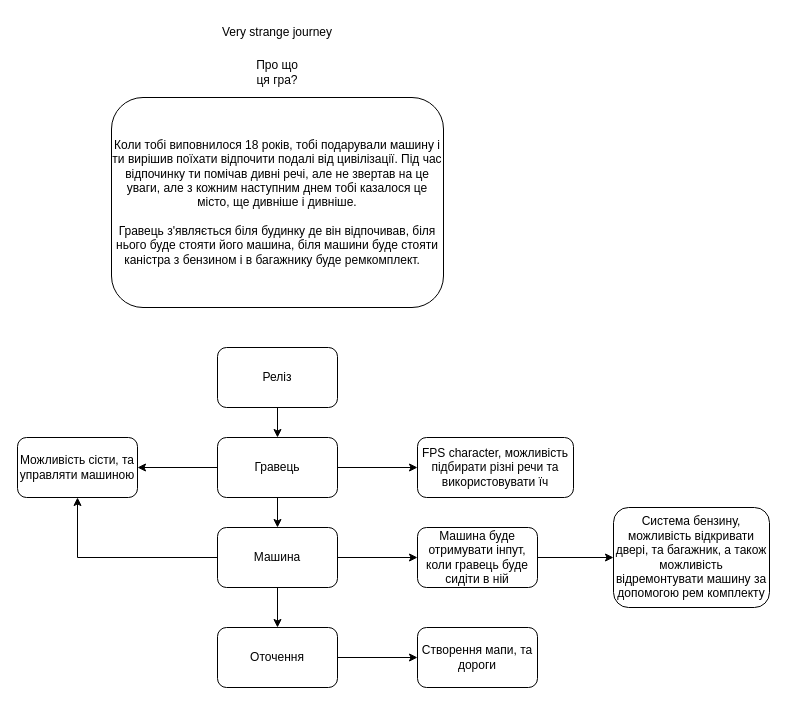
The draw.io diagram Roadmap.drawio in Gamedevenri/Very-strange-journey, before the edit. Source tidied: cells renumbered, new cells numbered last; positions are measured from the earlier drawing's top-left corner, leaving out a move shared by most shapes. Both pictures are drawn from the tidied source at 100%, with x=0, y=0 at pixel (17, 17).
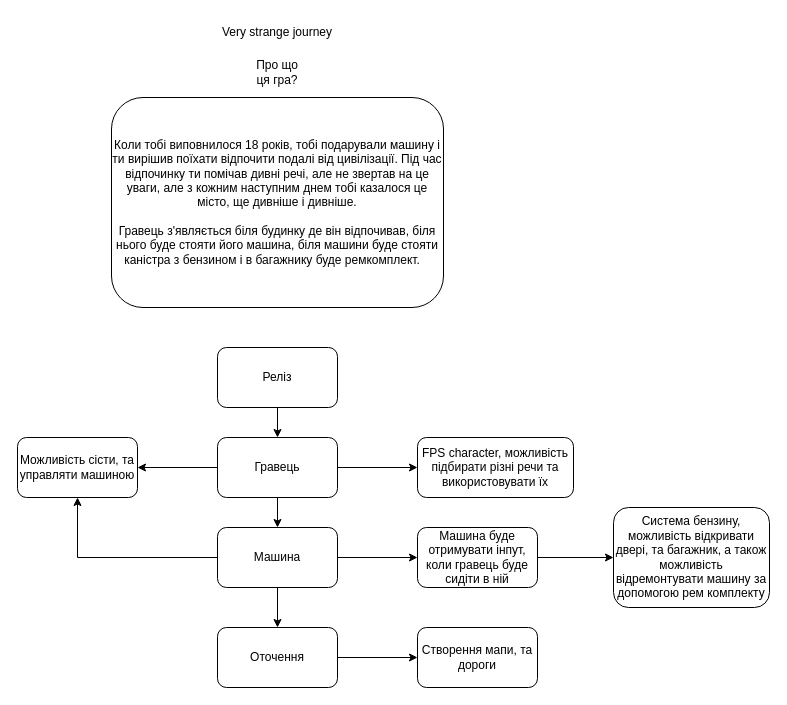
Above is the later version.

The edit, as a diff of the source:
```diff
@@
-    <mxCell id="11" value="&lt;div&gt;FPS character, можливість підбирати різні речи та використовувати їч&lt;/div&gt;" style="whiteSpace=wrap;html=1;rounded=1;" parent="1" vertex="1">
+    <mxCell id="11" value="&lt;div&gt;FPS character, можливість підбирати різні речи та використовувати їx&lt;/div&gt;" style="whiteSpace=wrap;html=1;rounded=1;" parent="1" vertex="1">
       <mxGeometry x="400" y="420" width="156" height="60" as="geometry" />
     </mxCell>
```
